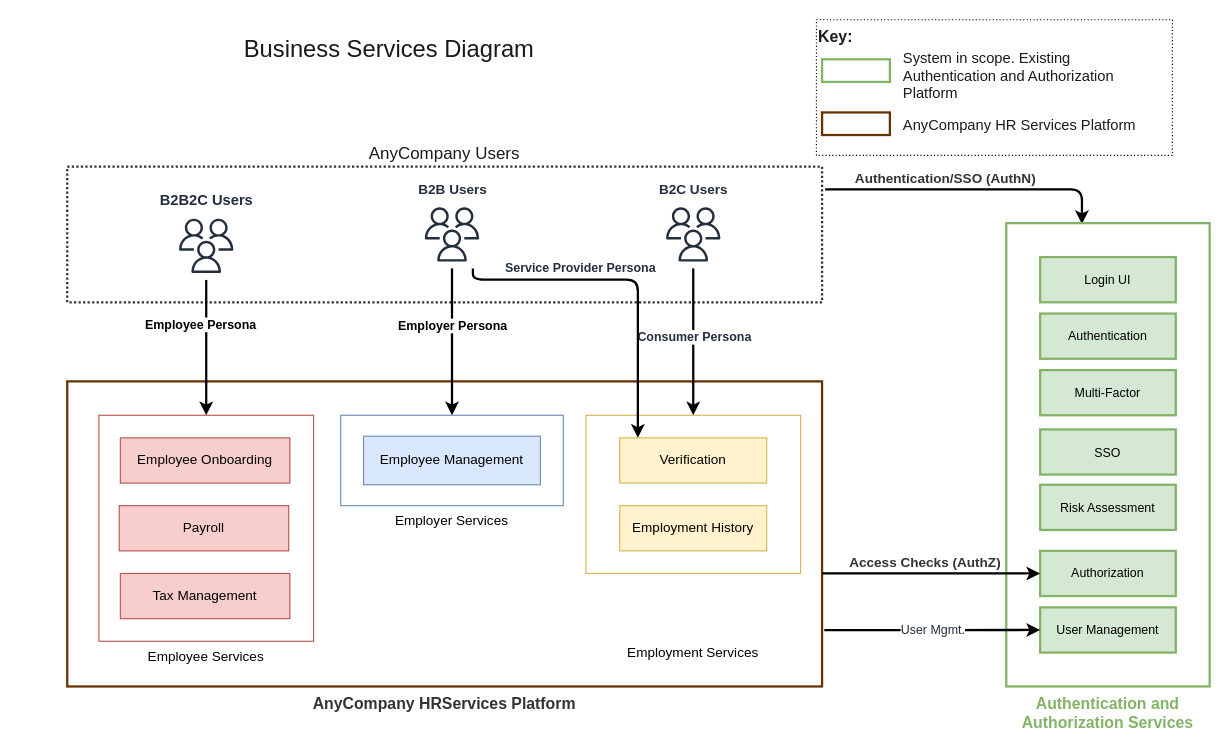
Earlier version of the draw.io diagram terraform/Logical-Context.drawio (radev-66/gcp-poc). Source tidied: cells renumbered, new cells numbered last; positions are measured from the earlier drawing's top-left corner, leaving out a move shared by most shapes. Both pictures are drawn from the tidied source at 113%, with x=0, y=0 at pixel (64, 19).
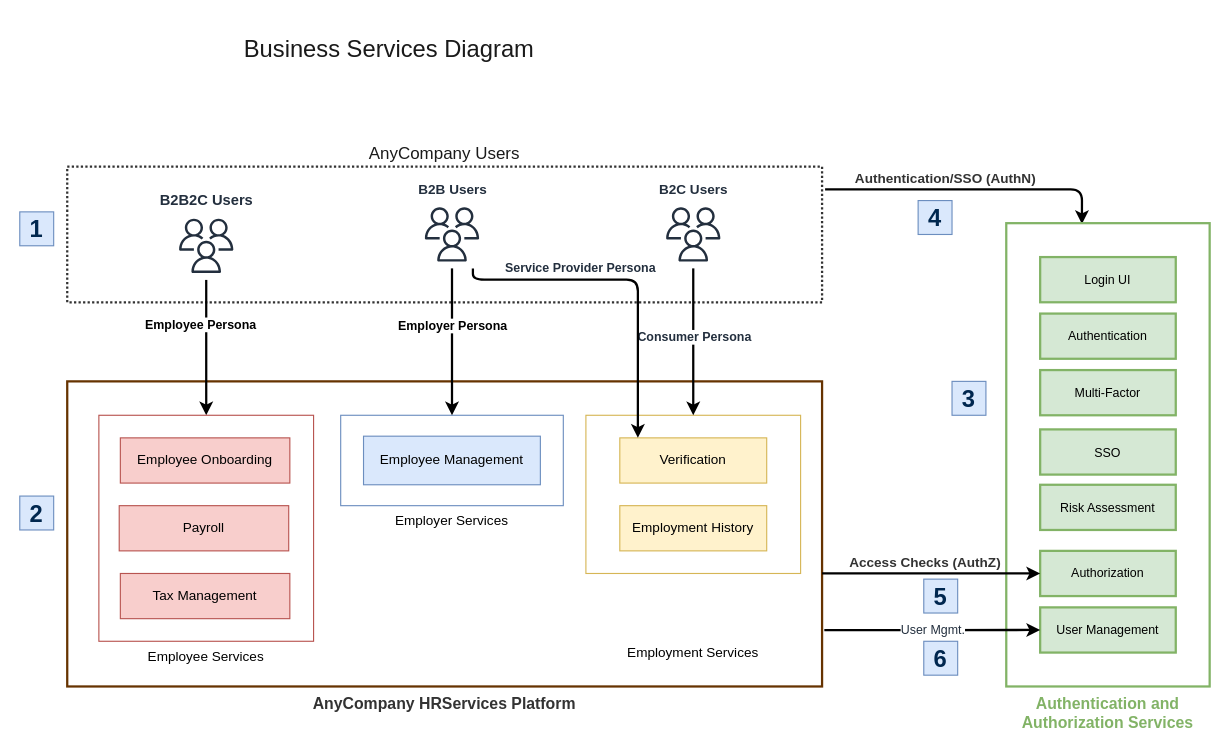
The same page after the edit.

Diff of the diagram source:
```diff
@@
-    <mxCell id="35" style="rounded=0;whiteSpace=wrap;html=1;fontSize=14;fontColor=#FF3333;dashed=1;dashPattern=1 2;" parent="1" vertex="1">
-      <mxGeometry x="665" width="315" height="120" as="geometry" />
-    </mxCell>
-    <mxCell id="36" value="&lt;font color=&quot;#1a1a1a&quot;&gt;Key:&amp;nbsp;&lt;/font&gt;" style="text;html=1;strokeColor=none;fillColor=none;align=left;verticalAlign=middle;whiteSpace=wrap;rounded=0;fontSize=14;fontColor=#FF3333;fontStyle=1;" parent="1" vertex="1">
-      <mxGeometry x="665" width="110" height="30" as="geometry" />
-    </mxCell>
@@
-    <mxCell id="38" style="rounded=0;whiteSpace=wrap;html=1;fontSize=12;fontColor=#FF3333;verticalAlign=top;fillColor=#FFFFFF;strokeColor=#82b366;strokeWidth=2;fontStyle=1;" parent="1" vertex="1">
-      <mxGeometry x="670" y="35" width="60" height="20" as="geometry" />
-    </mxCell>
-    <mxCell id="39" value="&lt;font color=&quot;#1a1a1a&quot; style=&quot;font-size: 13px;&quot;&gt;System in scope. Existing Authentication and Authorization Platform&amp;nbsp;&lt;/font&gt;" style="text;html=1;strokeColor=none;fillColor=none;align=left;verticalAlign=middle;whiteSpace=wrap;rounded=0;fontSize=13;fontColor=#FF3333;fontStyle=0;" parent="1" vertex="1">
-      <mxGeometry x="740" y="30" width="230" height="40" as="geometry" />
-    </mxCell>
-    <mxCell id="40" style="rounded=0;whiteSpace=wrap;html=1;fontSize=14;fontColor=#333333;verticalAlign=top;fillColor=#FFFFFF;strokeColor=#663300;strokeWidth=2;fontStyle=1;" parent="1" vertex="1">
-      <mxGeometry x="670" y="82" width="60" height="20" as="geometry" />
-    </mxCell>
-    <mxCell id="41" value="&lt;font color=&quot;#1a1a1a&quot; style=&quot;font-size: 13px;&quot;&gt;AnyCompany HR Services Platform&lt;/font&gt;" style="text;html=1;strokeColor=none;fillColor=none;align=left;verticalAlign=middle;whiteSpace=wrap;rounded=0;fontSize=13;fontColor=#FF3333;fontStyle=0;" parent="1" vertex="1">
-      <mxGeometry x="740" y="83" width="220" height="19" as="geometry" />
-    </mxCell>
+    <mxCell id="42" value="&lt;b&gt;&lt;font style=&quot;font-size: 21px&quot; color=&quot;#00274f&quot;&gt;1&lt;/font&gt;&lt;/b&gt;" style="text;html=1;strokeColor=#6c8ebf;fillColor=#dae8fc;align=center;verticalAlign=middle;whiteSpace=wrap;rounded=0;" parent="1" vertex="1">
+      <mxGeometry x="-40" y="170" width="30" height="30" as="geometry" />
+    </mxCell>
+    <mxCell id="43" value="&lt;b&gt;&lt;font style=&quot;font-size: 21px&quot; color=&quot;#00274f&quot;&gt;2&lt;/font&gt;&lt;/b&gt;" style="text;html=1;strokeColor=#6c8ebf;fillColor=#dae8fc;align=center;verticalAlign=middle;whiteSpace=wrap;rounded=0;" parent="1" vertex="1">
+      <mxGeometry x="-40" y="421.5" width="30" height="30" as="geometry" />
+    </mxCell>
+    <mxCell id="44" value="&lt;b&gt;&lt;font style=&quot;font-size: 21px&quot; color=&quot;#00274f&quot;&gt;3&lt;/font&gt;&lt;/b&gt;" style="text;html=1;strokeColor=#6c8ebf;fillColor=#dae8fc;align=center;verticalAlign=middle;whiteSpace=wrap;rounded=0;" parent="1" vertex="1">
+      <mxGeometry x="785" y="320" width="30" height="30" as="geometry" />
+    </mxCell>
+    <mxCell id="45" value="&lt;b&gt;&lt;font style=&quot;font-size: 21px&quot; color=&quot;#00274f&quot;&gt;4&lt;/font&gt;&lt;/b&gt;" style="text;html=1;strokeColor=#6c8ebf;fillColor=#dae8fc;align=center;verticalAlign=middle;whiteSpace=wrap;rounded=0;" parent="1" vertex="1">
+      <mxGeometry x="755" y="160" width="30" height="30" as="geometry" />
+    </mxCell>
+    <mxCell id="46" value="&lt;b&gt;&lt;font style=&quot;font-size: 21px&quot; color=&quot;#00274f&quot;&gt;5&lt;/font&gt;&lt;/b&gt;" style="text;html=1;strokeColor=#6c8ebf;fillColor=#dae8fc;align=center;verticalAlign=middle;whiteSpace=wrap;rounded=0;" parent="1" vertex="1">
+      <mxGeometry x="760" y="495" width="30" height="30" as="geometry" />
+    </mxCell>
+    <mxCell id="47" value="&lt;b&gt;&lt;font style=&quot;font-size: 21px&quot; color=&quot;#00274f&quot;&gt;6&lt;/font&gt;&lt;/b&gt;" style="text;html=1;strokeColor=#6c8ebf;fillColor=#dae8fc;align=center;verticalAlign=middle;whiteSpace=wrap;rounded=0;" parent="1" vertex="1">
+      <mxGeometry x="760" y="550" width="30" height="30" as="geometry" />
+    </mxCell>
```
